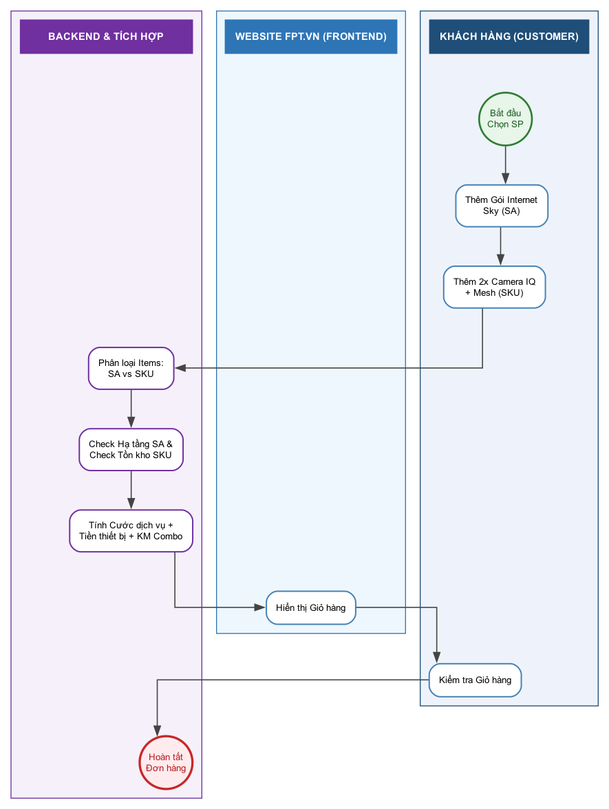
This is diagrams/bpmn_fr08_skusa.png from hathuy2706-BA/FPT, a Graphviz export, as it was before one commit. Its source is kept beside it as diagrams/bpmn_fr08_skusa.dot.
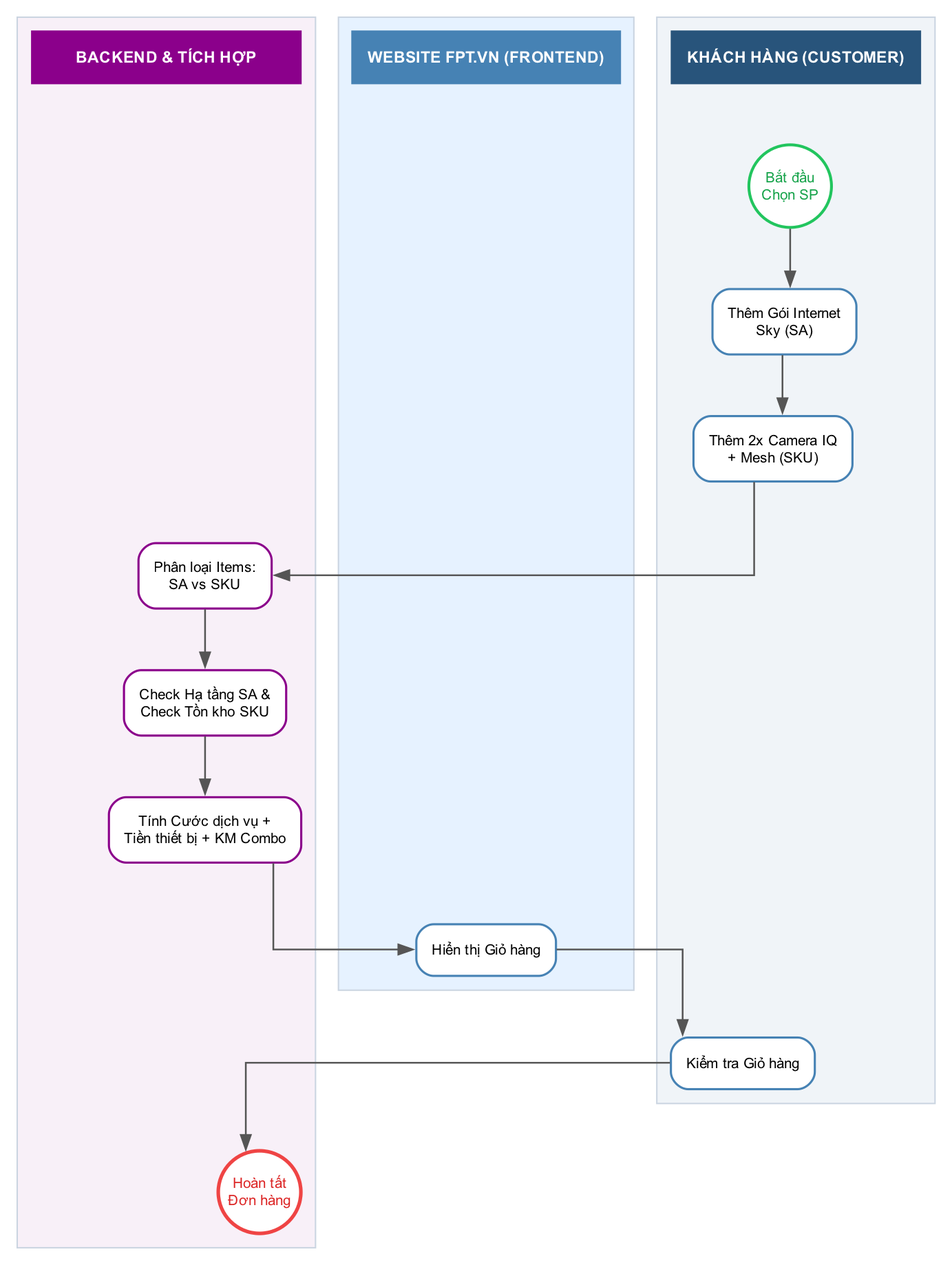
The same file after the commit.

Diff of the diagram source:
```diff
@@ -9,30 +9,30 @@
     fontname="Arial";
 
     node [fontname="Arial", fontsize=10, shape=box, style="rounded,filled", fillcolor="white", color="#4682B4", penwidth=1.5, margin=0.15];
-    edge [fontname="Arial", fontsize=9, color="#444444", penwidth=1.2];
+    edge [fontname="Arial", fontsize=9, color="#555555", penwidth=1.2];
 
     subgraph cluster_customer {
-        style=filled; color="#1f4e78"; fillcolor="#eef3fb"; penwidth=1; label=""; margin=10;
-        h_cust [label="KHÁCH HÀNG (CUSTOMER)", shape=box, style="filled", fillcolor="#1f4e78", color="#1f4e78", fontcolor="white", fontsize=11, fontname="Arial bold", width=2.4, height=0.5, fixedsize=false];
-        start [label="Bắt đầu\nChọn SP", shape=circle, style="filled,bold", fillcolor="#e8f5e9", color="#2e7d32", fontcolor="#1b5e20", penwidth=2, width=0.8, fixedsize=true];
+        style=filled; color="#CBD5E1"; fillcolor="#F0F4F8"; penwidth=1; label=""; margin=10;
+        h_cust [label="KHÁCH HÀNG (CUSTOMER)", shape=box, style="filled", fillcolor="#28547B", color="#28547B", fontcolor="white", fontsize=11, fontname="Arial bold", width=2.4, height=0.5, fixedsize=false];
+        start [label="Bắt đầu\nChọn SP", shape=circle, style="filled,bold", fillcolor="white", color="#22C55E", fontcolor="#16A34A", penwidth=2, width=0.8, fixedsize=true];
         add_sa [label="Thêm Gói Internet\nSky (SA)"];
         add_sku [label="Thêm 2x Camera IQ\n+ Mesh (SKU)"];
         view_mixed [label="Kiểm tra Giỏ hàng"];
         h_cust -> start [style=invis];
     }
     subgraph cluster_fe {
-        style=filled; color="#2e75b6"; fillcolor="#eef7fd"; penwidth=1; label=""; margin=10;
-        h_fe [label="WEBSITE FPT.VN (FRONTEND)", shape=box, style="filled", fillcolor="#2e75b6", color="#2e75b6", fontcolor="white", fontsize=11, fontname="Arial bold", width=2.4, height=0.5, fixedsize=false];
+        style=filled; color="#CBD5E1"; fillcolor="#E6F2FF"; penwidth=1; label=""; margin=10;
+        h_fe [label="WEBSITE FPT.VN (FRONTEND)", shape=box, style="filled", fillcolor="#4682B4", color="#4682B4", fontcolor="white", fontsize=11, fontname="Arial bold", width=2.4, height=0.5, fixedsize=false];
         display_cart [label="Hiển thị Giỏ hàng"];
         h_fe -> display_cart [style=invis];
     }
     subgraph cluster_be {
-        style=filled; color="#7030a0"; fillcolor="#f6f0fb"; penwidth=1; label=""; margin=10;
-        h_be [label="BACKEND & TÍCH HỢP", shape=box, style="filled", fillcolor="#7030a0", color="#7030a0", fontcolor="white", fontsize=11, fontname="Arial bold", width=2.6, height=0.5, fixedsize=false];
-        split_items [label="Phân loại Items:\nSA vs SKU", color="#7030a0"];
-        check_geo_both [label="Check Hạ tầng SA &\nCheck Tồn kho SKU", color="#7030a0"];
-        calc_total_mix [label="Tính Cước dịch vụ +\nTiền thiết bị + KM Combo", color="#7030a0"];
-        end [label="Hoàn tất\nĐơn hàng", shape=circle, style="filled,bold", fillcolor="#ffebee", color="#c62828", fontcolor="#b71c1c", penwidth=2.5, width=0.8, fixedsize=true];
+        style=filled; color="#CBD5E1"; fillcolor="#F8F0F8"; penwidth=1; label=""; margin=10;
+        h_be [label="BACKEND & TÍCH HỢP", shape=box, style="filled", fillcolor="#8B008B", color="#8B008B", fontcolor="white", fontsize=11, fontname="Arial bold", width=2.6, height=0.5, fixedsize=false];
+        split_items [label="Phân loại Items:\nSA vs SKU", color="#8B008B"];
+        check_geo_both [label="Check Hạ tầng SA &\nCheck Tồn kho SKU", color="#8B008B"];
+        calc_total_mix [label="Tính Cước dịch vụ +\nTiền thiết bị + KM Combo", color="#8B008B"];
+        end [label="Hoàn tất\nĐơn hàng", shape=circle, style="filled,bold", fillcolor="white", color="#EF4444", fontcolor="#DC2626", penwidth=2.5, width=0.8, fixedsize=true];
         h_be -> split_items [style=invis];
     }
     { rank=same; h_cust; h_fe; h_be; }
```
